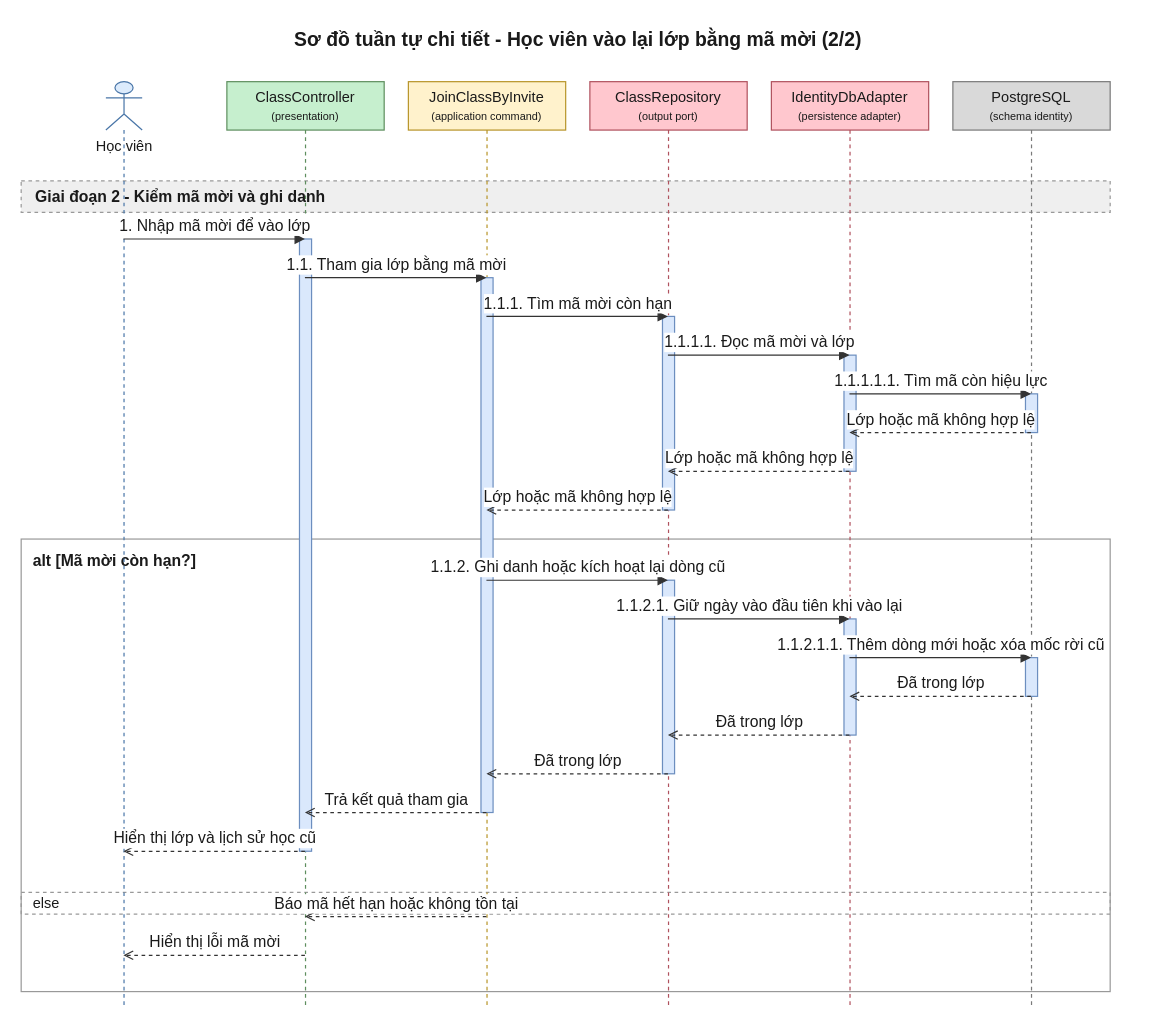
daiphu1801/PRJ_ALGOPREP keeps this draw.io diagram as 08-diagram/sequence/gv/sequence_gv_go_hoc_vien_khoi_lop_p2.drawio. Above is the earlier version. Source tidied: cells renumbered, new cells numbered last; positions are measured from the earlier drawing's top-left corner, leaving out a move shared by most shapes. Both pictures are drawn from the tidied source at 121%, with x=0, y=0 at pixel (21, 21).
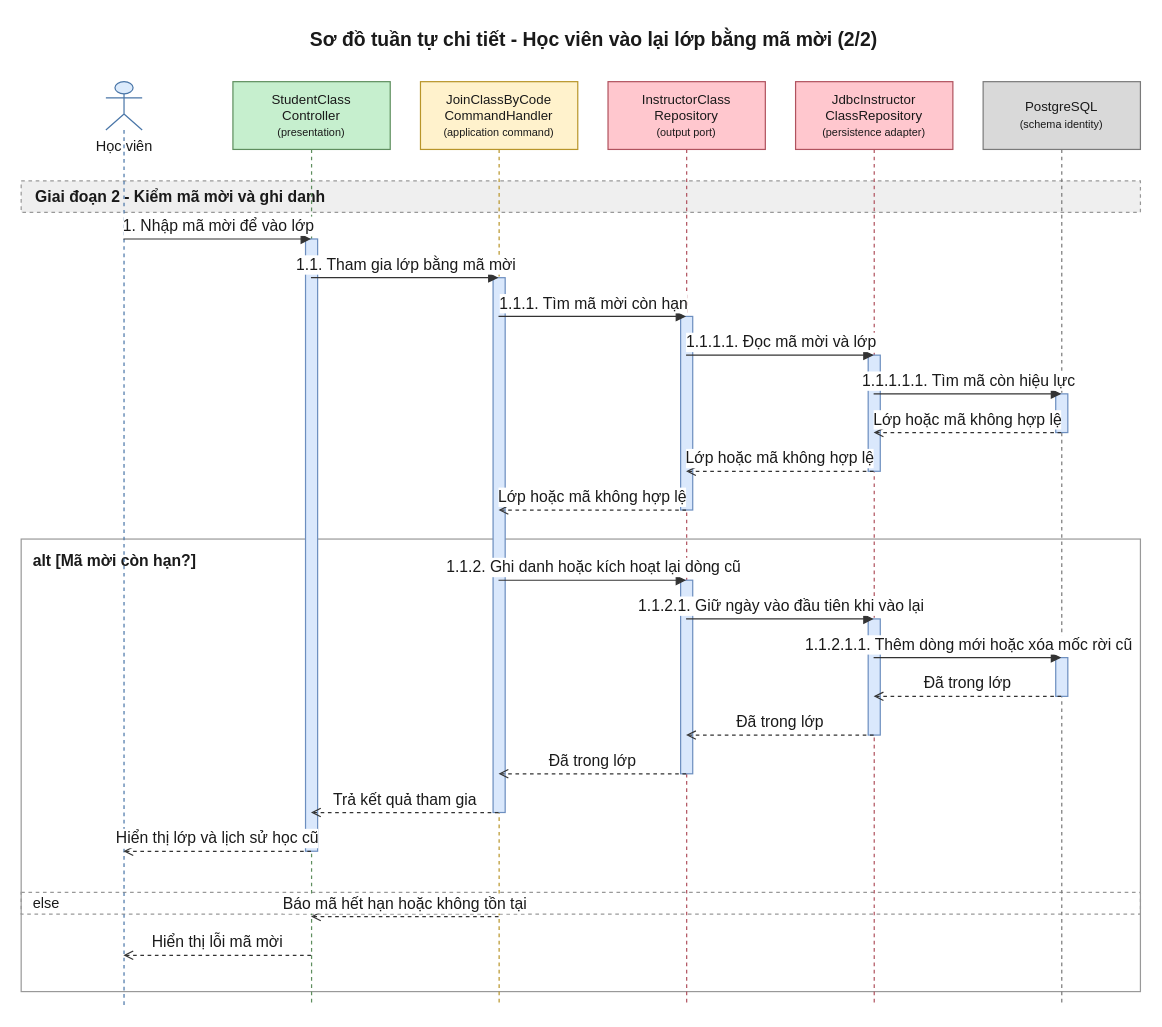
Above is the later version.

Diff of the diagram source:
```diff
@@
     <mxCell id="2" value="Sơ đồ tuần tự chi tiết - Học viên vào lại lớp bằng mã mời (2/2)" style="text;html=1;fontSize=16;fontStyle=1;align=center;verticalAlign=middle;fontColor=#1A1A1A;" parent="1" vertex="1">
-      <mxGeometry x="20" width="880" height="30" as="geometry" />
+      <mxGeometry x="20" width="905" height="30" as="geometry" />
     </mxCell>
     <mxCell id="3" value="alt [Mã mời còn hạn?]" style="algoprep=alt;rounded=0;whiteSpace=wrap;html=1;fillColor=none;strokeColor=#999999;verticalAlign=top;align=left;spacingLeft=8;spacingTop=4;fontColor=#1A1A1A;fontSize=13;fontStyle=1;dashed=0;" parent="1" vertex="1">
-      <mxGeometry y="428" width="900" height="374" as="geometry" />
+      <mxGeometry y="428" width="925" height="374" as="geometry" />
     </mxCell>
     <mxCell id="4" value="else" style="text;html=1;dashed=1;strokeColor=#999999;fillColor=none;align=left;verticalAlign=middle;spacingLeft=8;fontColor=#1A1A1A;fontSize=12;" parent="1" vertex="1">
-      <mxGeometry y="720" width="900" height="18" as="geometry" />
+      <mxGeometry y="720" width="925" height="18" as="geometry" />
     </mxCell>
     <mxCell id="5" value="Giai đoạn 2 - Kiểm mã mời và ghi danh" style="algoprep=phase;rounded=0;whiteSpace=wrap;html=1;fillColor=#EFEFEF;strokeColor=#999999;dashed=1;align=left;verticalAlign=middle;spacingLeft=10;fontColor=#1A1A1A;fontSize=13;fontStyle=1;" parent="1" vertex="1">
-      <mxGeometry y="132" width="900" height="26" as="geometry" />
+      <mxGeometry y="132" width="925" height="26" as="geometry" />
     </mxCell>
@@
-    <mxCell id="7" value="ClassController&lt;br&gt;&lt;font style=&quot;font-size:9px&quot;&gt;(presentation)&lt;/font&gt;" style="shape=umlLifeline;perimeter=lifelinePerimeter;whiteSpace=wrap;html=1;outlineConnect=0;size=40;fillColor=#C6EFCE;strokeColor=#5E8E5E;fontColor=#1A1A1A;" parent="1" vertex="1">
-      <mxGeometry x="170" y="50" width="130" height="764" as="geometry" />
+    <mxCell id="7" value="StudentClass&lt;br&gt;Controller&lt;br&gt;&lt;font style=&quot;font-size:9px&quot;&gt;(presentation)&lt;/font&gt;" style="shape=umlLifeline;perimeter=lifelinePerimeter;whiteSpace=wrap;html=1;outlineConnect=0;size=56;fontSize=11;fillColor=#C6EFCE;strokeColor=#5E8E5E;fontColor=#1A1A1A;" parent="1" vertex="1">
+      <mxGeometry x="175" y="50" width="130" height="764" as="geometry" />
     </mxCell>
-    <mxCell id="8" value="JoinClassByInvite&lt;br&gt;&lt;font style=&quot;font-size:9px&quot;&gt;(application command)&lt;/font&gt;" style="shape=umlLifeline;perimeter=lifelinePerimeter;whiteSpace=wrap;html=1;outlineConnect=0;size=40;fillColor=#FFF2CC;strokeColor=#B8952A;fontColor=#1A1A1A;" parent="1" vertex="1">
-      <mxGeometry x="320" y="50" width="130" height="764" as="geometry" />
+    <mxCell id="8" value="JoinClassByCode&lt;br&gt;CommandHandler&lt;br&gt;&lt;font style=&quot;font-size:9px&quot;&gt;(application command)&lt;/font&gt;" style="shape=umlLifeline;perimeter=lifelinePerimeter;whiteSpace=wrap;html=1;outlineConnect=0;size=56;fontSize=11;fillColor=#FFF2CC;strokeColor=#B8952A;fontColor=#1A1A1A;" parent="1" vertex="1">
+      <mxGeometry x="330" y="50" width="130" height="764" as="geometry" />
     </mxCell>
-    <mxCell id="9" value="ClassRepository&lt;br&gt;&lt;font style=&quot;font-size:9px&quot;&gt;(output port)&lt;/font&gt;" style="shape=umlLifeline;perimeter=lifelinePerimeter;whiteSpace=wrap;html=1;outlineConnect=0;size=40;fillColor=#FFC7CE;strokeColor=#B0525E;fontColor=#1A1A1A;" parent="1" vertex="1">
-      <mxGeometry x="470" y="50" width="130" height="764" as="geometry" />
+    <mxCell id="9" value="InstructorClass&lt;br&gt;Repository&lt;br&gt;&lt;font style=&quot;font-size:9px&quot;&gt;(output port)&lt;/font&gt;" style="shape=umlLifeline;perimeter=lifelinePerimeter;whiteSpace=wrap;html=1;outlineConnect=0;size=56;fontSize=11;fillColor=#FFC7CE;strokeColor=#B0525E;fontColor=#1A1A1A;" parent="1" vertex="1">
+      <mxGeometry x="485" y="50" width="130" height="764" as="geometry" />
     </mxCell>
-    <mxCell id="10" value="IdentityDbAdapter&lt;br&gt;&lt;font style=&quot;font-size:9px&quot;&gt;(persistence adapter)&lt;/font&gt;" style="shape=umlLifeline;perimeter=lifelinePerimeter;whiteSpace=wrap;html=1;outlineConnect=0;size=40;fillColor=#FFC7CE;strokeColor=#B0525E;fontColor=#1A1A1A;" parent="1" vertex="1">
-      <mxGeometry x="620" y="50" width="130" height="764" as="geometry" />
+    <mxCell id="10" value="JdbcInstructor&lt;br&gt;ClassRepository&lt;br&gt;&lt;font style=&quot;font-size:9px&quot;&gt;(persistence adapter)&lt;/font&gt;" style="shape=umlLifeline;perimeter=lifelinePerimeter;whiteSpace=wrap;html=1;outlineConnect=0;size=56;fontSize=11;fillColor=#FFC7CE;strokeColor=#B0525E;fontColor=#1A1A1A;" parent="1" vertex="1">
+      <mxGeometry x="640" y="50" width="130" height="764" as="geometry" />
     </mxCell>
-    <mxCell id="11" value="PostgreSQL&lt;br&gt;&lt;font style=&quot;font-size:9px&quot;&gt;(schema identity)&lt;/font&gt;" style="shape=umlLifeline;perimeter=lifelinePerimeter;whiteSpace=wrap;html=1;outlineConnect=0;size=40;fillColor=#D9D9D9;strokeColor=#7A7A7A;fontColor=#1A1A1A;" parent="1" vertex="1">
-      <mxGeometry x="770" y="50" width="130" height="764" as="geometry" />
+    <mxCell id="11" value="PostgreSQL&lt;br&gt;&lt;font style=&quot;font-size:9px&quot;&gt;(schema identity)&lt;/font&gt;" style="shape=umlLifeline;perimeter=lifelinePerimeter;whiteSpace=wrap;html=1;outlineConnect=0;size=56;fontSize=11;fillColor=#D9D9D9;strokeColor=#7A7A7A;fontColor=#1A1A1A;" parent="1" vertex="1">
+      <mxGeometry x="795" y="50" width="130" height="764" as="geometry" />
     </mxCell>
```
